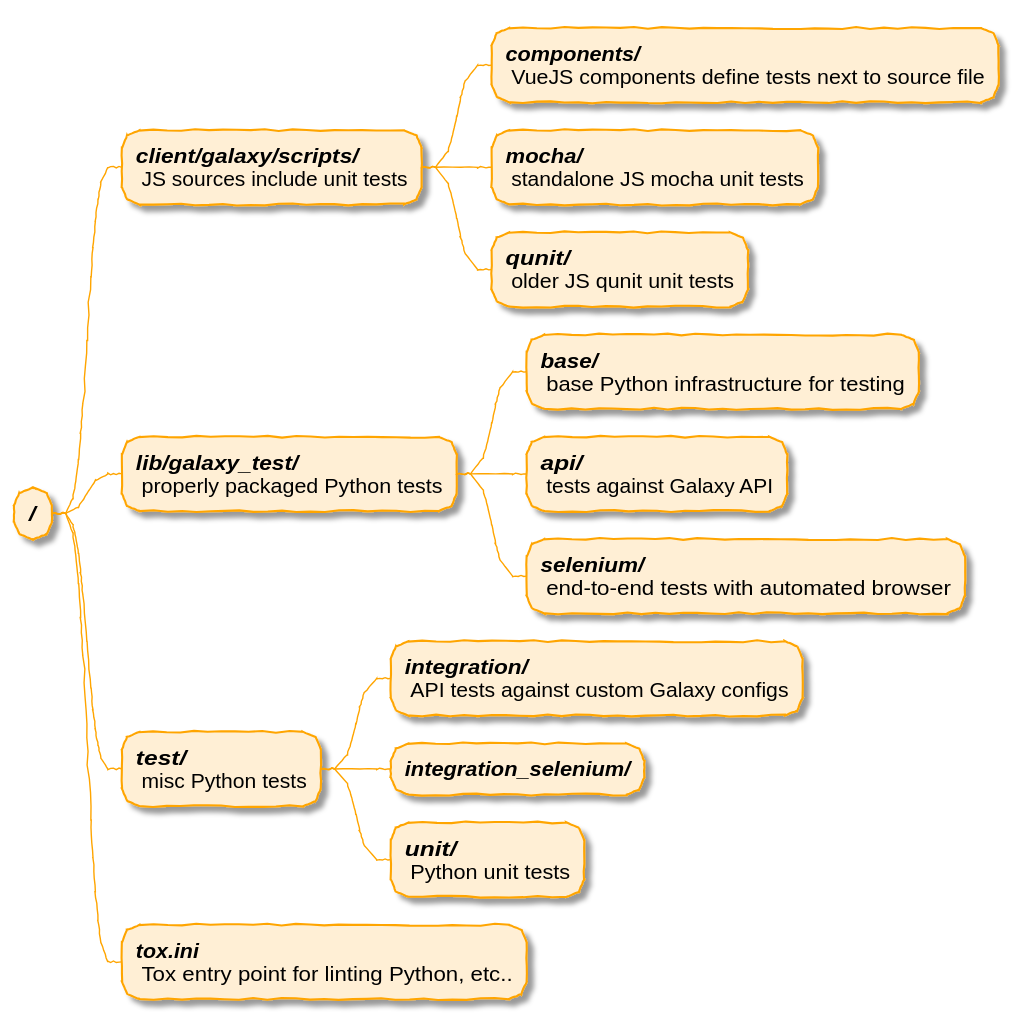
The PlantUML diagram topics/dev/images/core_files_test.plantuml.svg in pavanvidem/training-material, before a commit. Source of this version:
```plantuml
@startmindmap

!include plantuml_style.txt
!include plantuml_options.txt

* /
**:<b><i>client/galaxy/scripts/</i></b>
 JS sources include unit tests;
***:<b><i>components/</i></b>
 VueJS components define tests next to source file;
***:<b><i>mocha/</i></b>
 standalone JS mocha unit tests;
***:<b><i>qunit/</i></b>
 older JS qunit unit tests;
**:<b><i>lib/galaxy_test/</i></b>
 properly packaged Python tests;
***:<b><i>base/</i></b>
 base Python infrastructure for testing;
***:<b><i>api/</i></b>
 tests against Galaxy API;
***:<b><i>selenium/</i></b>
 end-to-end tests with automated browser;
**:<b><i>test/</i></b>
 misc Python tests;
***:<b><i>integration/</i></b>
 API tests against custom Galaxy configs;
*** <b><i>integration_selenium/</i></b>
***:<b><i>unit/</i></b>
 Python unit tests;
**:<b><i>tox.ini</i></b>
 Tox entry point for linting Python, etc..;
@endmindmap
```
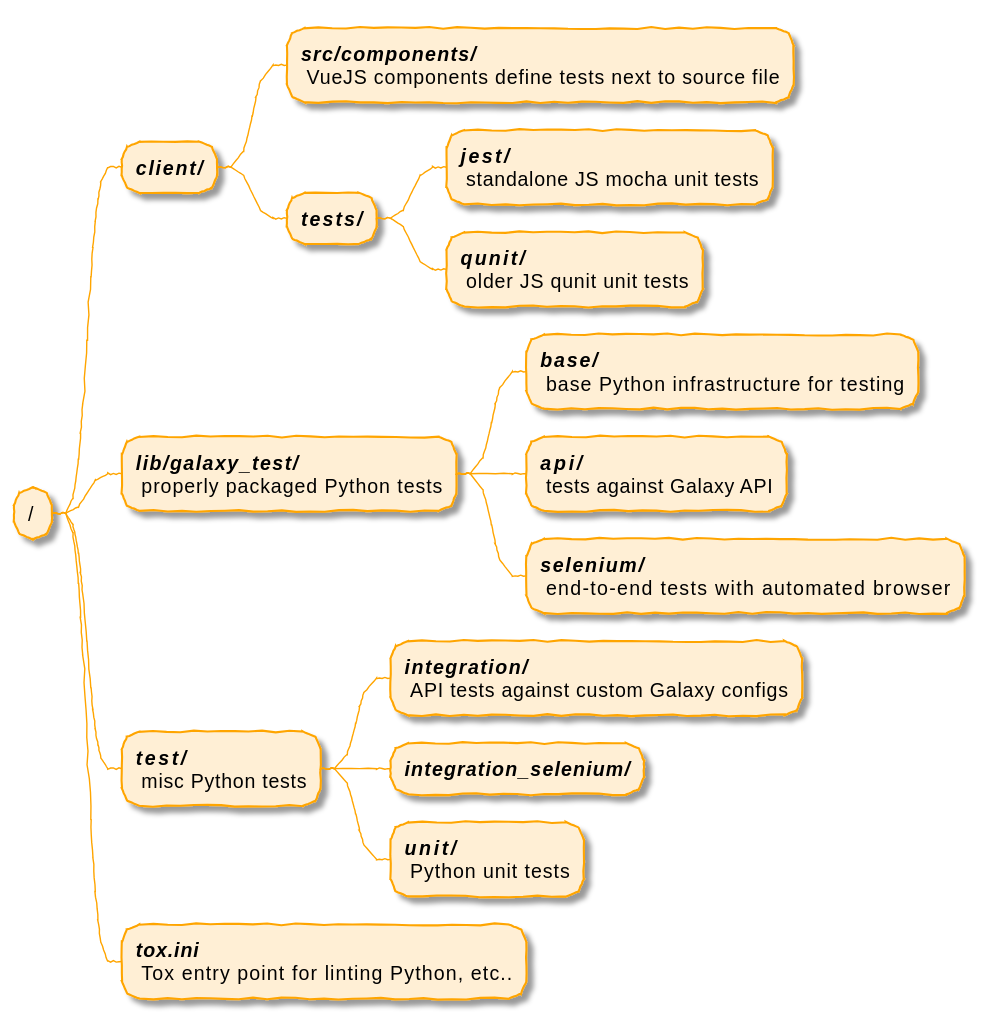
Later version of the same file.

The edit, as a diff of the source:
```diff
@@ -4,13 +4,13 @@
 !include plantuml_options.txt
 
 * /
-**:<b><i>client/galaxy/scripts/</i></b>
- JS sources include unit tests;
-***:<b><i>components/</i></b>
+** <b><i>client/</i></b>
+***:<b><i>src/components/</i></b>
  VueJS components define tests next to source file;
-***:<b><i>mocha/</i></b>
+*** <b><i>tests/</i></b>
+****:<b><i>jest/</i></b>
  standalone JS mocha unit tests;
-***:<b><i>qunit/</i></b>
+****:<b><i>qunit/</i></b>
  older JS qunit unit tests;
 **:<b><i>lib/galaxy_test/</i></b>
  properly packaged Python tests;
```
